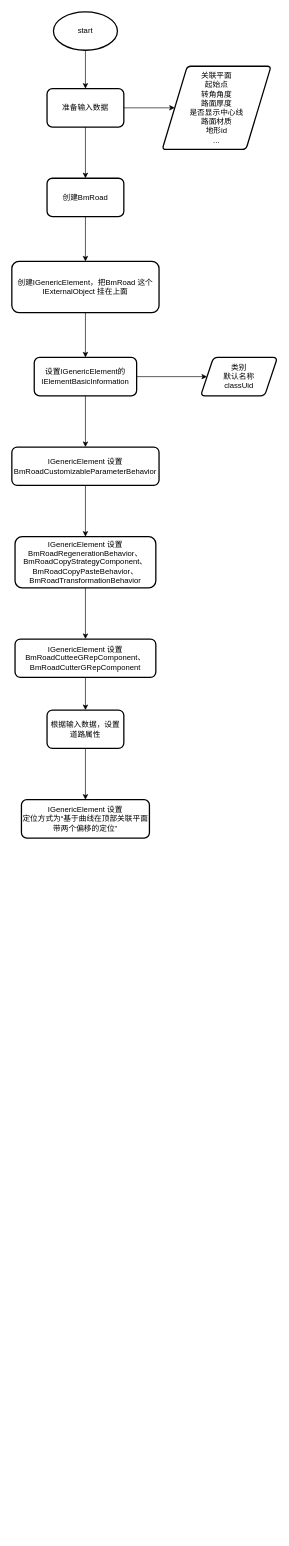
This is page "创建道路流程图" (3 of 3) of BmRoad.drawio from Sean-Xu-Code/cpp, a draw.io file, before an edit. Source tidied: cells renumbered, new cells numbered last; positions are measured from the earlier drawing's top-left corner, leaving out a move shared by most shapes. Both pictures are drawn from the tidied source at 64%, with x=0, y=0 at pixel (12, 12).
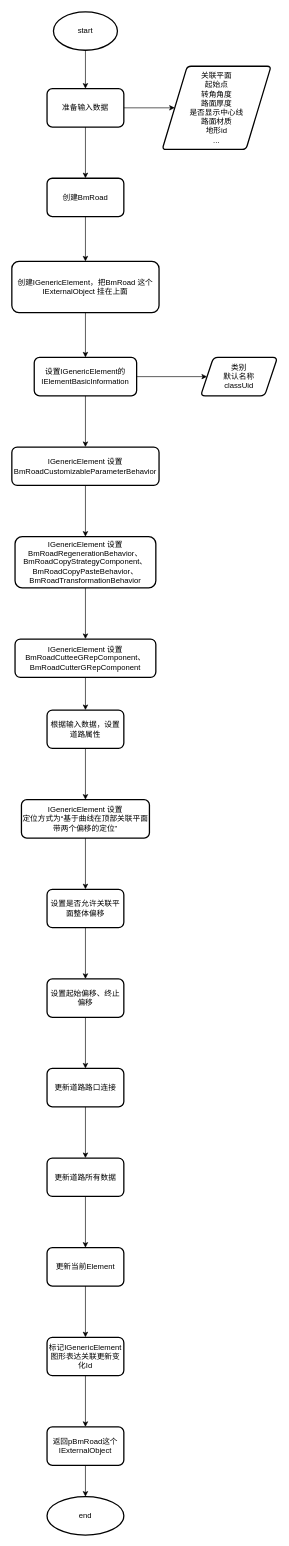
After the change.

The change refers to these unchanged cells:
```xml
<mxCell id="24" value="IGenericElement 设置&lt;br&gt;定位方式为“基于曲线在顶部关联平面带两个偏移的定位”" style="whiteSpace=wrap;html=1;rounded=1;shadow=0;strokeWidth=2;arcSize=14;sketch=0;" parent="1" vertex="1">
  <mxGeometry x="15" y="1231" width="200" height="60" as="geometry" />
</mxCell>
```

Diff of the diagram source:
```diff
@@
+    <mxCell id="25" style="edgeStyle=orthogonalEdgeStyle;curved=0;rounded=1;sketch=0;jettySize=auto;html=1;shadow=0;endArrow=classic;endFill=1;" parent="1" edge="1" source="24" target="27">
+      <mxGeometry relative="1" as="geometry" />
+    </mxCell>
@@
+    <mxCell id="26" style="edgeStyle=orthogonalEdgeStyle;curved=0;rounded=1;sketch=0;jettySize=auto;html=1;shadow=0;endArrow=classic;endFill=1;" parent="1" edge="1" source="27" target="29">
+      <mxGeometry relative="1" as="geometry" />
+    </mxCell>
+    <mxCell id="27" value="设置是否允许关联平面整体偏移" style="whiteSpace=wrap;html=1;rounded=1;shadow=0;strokeWidth=2;arcSize=14;sketch=0;" parent="1" vertex="1">
+      <mxGeometry x="55" y="1371" width="120" height="60" as="geometry" />
+    </mxCell>
+    <mxCell id="28" style="edgeStyle=orthogonalEdgeStyle;curved=0;rounded=1;sketch=0;jettySize=auto;html=1;shadow=0;endArrow=classic;endFill=1;" parent="1" edge="1" source="29" target="31">
+      <mxGeometry relative="1" as="geometry" />
+    </mxCell>
+    <mxCell id="29" value="设置起始偏移、终止偏移" style="whiteSpace=wrap;html=1;rounded=1;shadow=0;strokeWidth=2;arcSize=14;sketch=0;" parent="1" vertex="1">
+      <mxGeometry x="55" y="1511" width="120" height="60" as="geometry" />
+    </mxCell>
+    <mxCell id="30" style="edgeStyle=orthogonalEdgeStyle;curved=0;rounded=1;sketch=0;jettySize=auto;html=1;shadow=0;endArrow=classic;endFill=1;" parent="1" edge="1" source="31" target="33">
+      <mxGeometry relative="1" as="geometry" />
+    </mxCell>
+    <mxCell id="31" value="更新道路路口连接" style="whiteSpace=wrap;html=1;rounded=1;shadow=0;strokeWidth=2;arcSize=14;sketch=0;" parent="1" vertex="1">
+      <mxGeometry x="55" y="1651" width="120" height="60" as="geometry" />
+    </mxCell>
+    <mxCell id="32" style="edgeStyle=orthogonalEdgeStyle;curved=0;rounded=1;sketch=0;jettySize=auto;html=1;shadow=0;endArrow=classic;endFill=1;" parent="1" edge="1" source="33" target="35">
+      <mxGeometry relative="1" as="geometry" />
+    </mxCell>
+    <mxCell id="33" value="更新道路所有数据" style="whiteSpace=wrap;html=1;rounded=1;shadow=0;strokeWidth=2;arcSize=14;sketch=0;" parent="1" vertex="1">
+      <mxGeometry x="55" y="1791" width="120" height="60" as="geometry" />
+    </mxCell>
+    <mxCell id="34" style="edgeStyle=orthogonalEdgeStyle;curved=0;rounded=1;sketch=0;jettySize=auto;html=1;shadow=0;endArrow=classic;endFill=1;" parent="1" edge="1" source="35" target="37">
+      <mxGeometry relative="1" as="geometry" />
+    </mxCell>
+    <mxCell id="35" value="更新当前Element" style="whiteSpace=wrap;html=1;rounded=1;shadow=0;strokeWidth=2;arcSize=14;sketch=0;" parent="1" vertex="1">
+      <mxGeometry x="55" y="1931" width="120" height="60" as="geometry" />
+    </mxCell>
+    <mxCell id="36" style="edgeStyle=orthogonalEdgeStyle;curved=0;rounded=1;sketch=0;jettySize=auto;html=1;shadow=0;endArrow=classic;endFill=1;" parent="1" edge="1" source="37" target="40">
+      <mxGeometry relative="1" as="geometry" />
+    </mxCell>
+    <mxCell id="37" value="标记IGenericElement图形表达关联更新变化Id" style="whiteSpace=wrap;html=1;rounded=1;shadow=0;strokeWidth=2;arcSize=14;sketch=0;" parent="1" vertex="1">
+      <mxGeometry x="55" y="2071" width="120" height="60" as="geometry" />
+    </mxCell>
+    <mxCell id="38" value="end" style="ellipse;whiteSpace=wrap;html=1;rounded=1;shadow=0;strokeWidth=2;arcSize=14;sketch=0;" parent="1" vertex="1">
+      <mxGeometry x="55" y="2320" width="120" height="60" as="geometry" />
+    </mxCell>
+    <mxCell id="39" style="edgeStyle=orthogonalEdgeStyle;curved=0;rounded=1;sketch=0;jettySize=auto;html=1;shadow=0;endArrow=classic;endFill=1;" parent="1" edge="1" source="40" target="38">
+      <mxGeometry relative="1" as="geometry" />
+    </mxCell>
+    <mxCell id="40" value="&lt;span&gt;返回pBmRoad这个IExternalObject&lt;/span&gt;" style="whiteSpace=wrap;html=1;rounded=1;shadow=0;strokeWidth=2;arcSize=14;sketch=0;" parent="1" vertex="1">
+      <mxGeometry x="55" y="2211" width="120" height="60" as="geometry" />
+    </mxCell>
```
